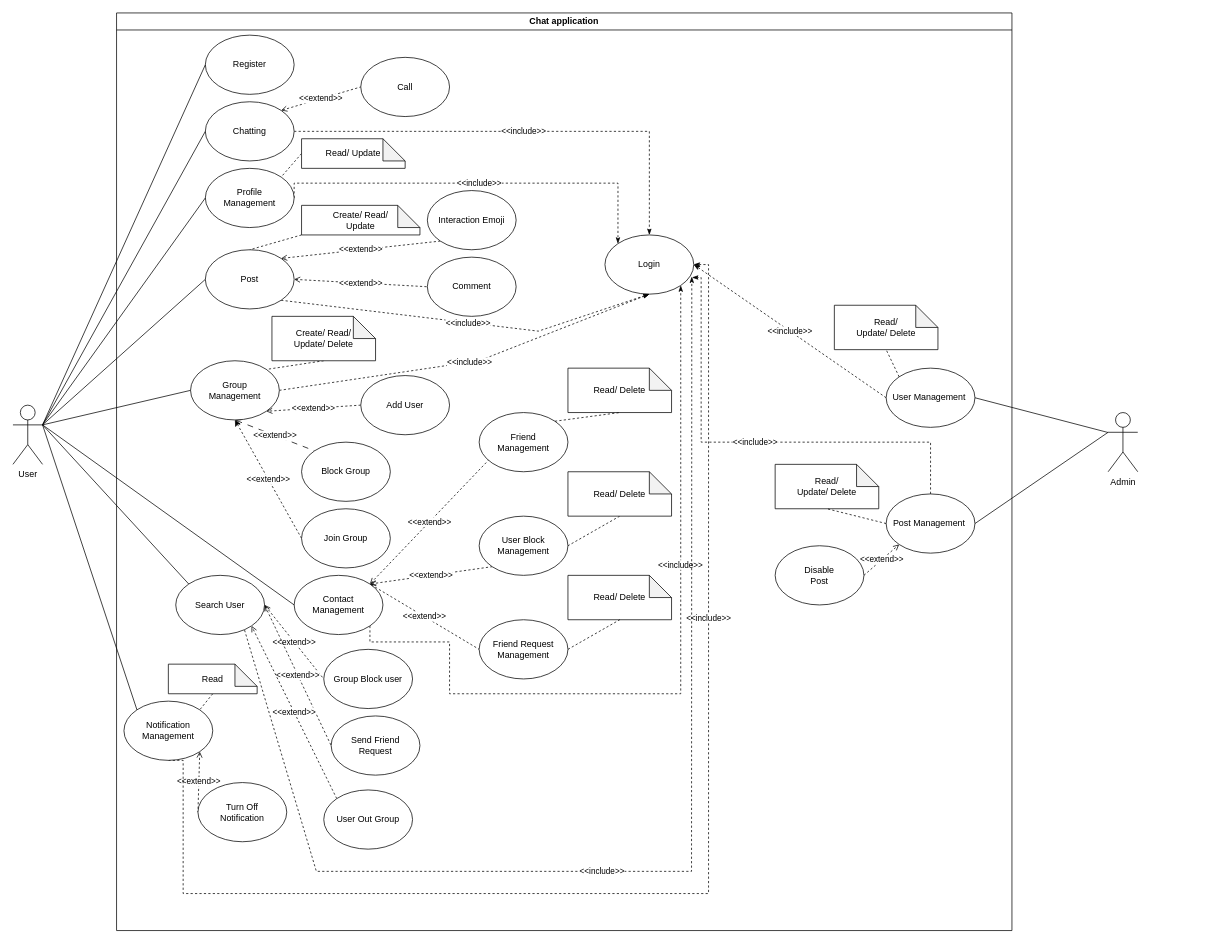
Above: docs/Use Case Diagram/UC-Chatapp.drawio in Carl-Johnsons/Chat-Application (draw.io), before the change. Source tidied: cells renumbered, new cells numbered last; positions are measured from the earlier drawing's top-left corner, leaving out a move shared by most shapes. Both pictures are drawn from the tidied source at 74%, with x=0, y=0 at pixel (13, 13).
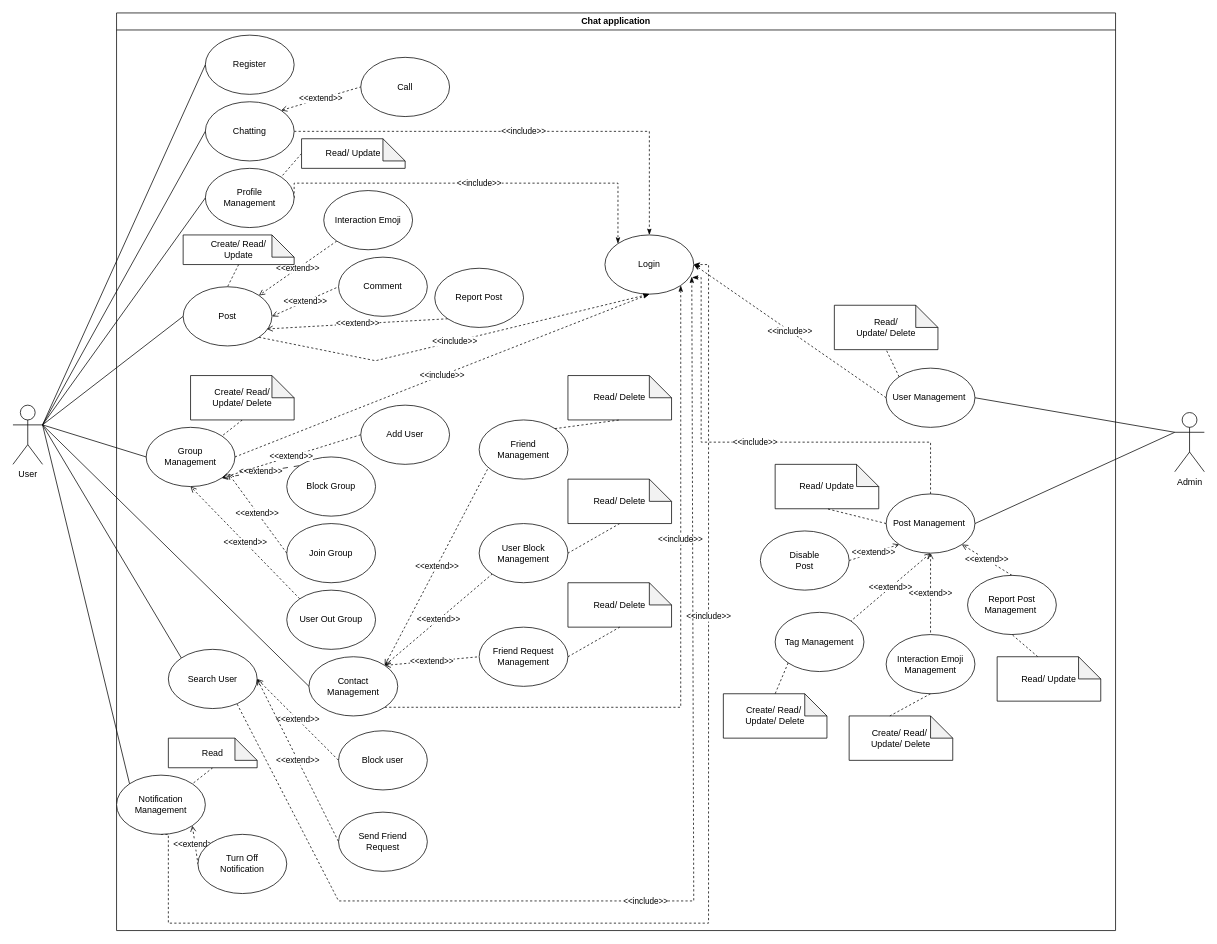
The same diagram, later.

Commit message:
edit SearchUser and Group UC

Unchanged cells that the change refers to:
```xml
<mxCell id="6" value="Login" style="ellipse;whiteSpace=wrap;html=1;" parent="2" vertex="1">
  <mxGeometry x="660" y="300" width="120" height="80" as="geometry" />
</mxCell>
<mxCell id="58" value="User Management&amp;nbsp;" style="ellipse;whiteSpace=wrap;html=1;" parent="2" vertex="1">
  <mxGeometry x="1040" y="480" width="120" height="80" as="geometry" />
</mxCell>
<mxCell id="59" value="Post Management&amp;nbsp;" style="ellipse;whiteSpace=wrap;html=1;" parent="2" vertex="1">
  <mxGeometry x="1040" y="650" width="120" height="80" as="geometry" />
</mxCell>
```

Change to the diagram source:
```diff
@@
     <mxCell id="2" value="Chat application" style="swimlane;whiteSpace=wrap;html=1;" parent="1" vertex="1">
-      <mxGeometry x="140" width="1210" height="1240" as="geometry" />
+      <mxGeometry x="140" width="1350" height="1240" as="geometry" />
     </mxCell>
@@
     <mxCell id="7" value="Send Friend&lt;div&gt;Request&lt;/div&gt;" style="ellipse;whiteSpace=wrap;html=1;" parent="2" vertex="1">
-      <mxGeometry x="290" y="950" width="120" height="80" as="geometry" />
+      <mxGeometry x="300" y="1080" width="120" height="80" as="geometry" />
     </mxCell>
@@
     <mxCell id="10" value="&amp;lt;&amp;lt;include&amp;gt;&amp;gt;" style="rounded=0;jettySize=auto;html=1;exitX=1;exitY=1;exitDx=0;exitDy=0;entryX=0.5;entryY=1;entryDx=0;entryDy=0;endArrow=classicThin;endFill=1;dashed=1;" parent="2" edge="1" source="11" target="6">
       <mxGeometry relative="1" as="geometry">
         <Array as="points">
-          <mxPoint x="570" y="430" />
+          <mxPoint x="350" y="470" />
         </Array>
       </mxGeometry>
     </mxCell>
     <mxCell id="11" value="Post" style="ellipse;whiteSpace=wrap;html=1;" parent="2" vertex="1">
-      <mxGeometry x="120" y="320" width="120" height="80" as="geometry" />
+      <mxGeometry x="90" y="370" width="120" height="80" as="geometry" />
     </mxCell>
     <mxCell id="12" value="Comment" style="ellipse;whiteSpace=wrap;html=1;" parent="2" vertex="1">
-      <mxGeometry x="420" y="330" width="120" height="80" as="geometry" />
+      <mxGeometry x="300" y="330" width="120" height="80" as="geometry" />
     </mxCell>
-    <mxCell id="13" value="Group Block user" style="ellipse;whiteSpace=wrap;html=1;" parent="2" vertex="1">
-      <mxGeometry x="280" y="860" width="120" height="80" as="geometry" />
+    <mxCell id="13" value="Block user" style="ellipse;whiteSpace=wrap;html=1;" parent="2" vertex="1">
+      <mxGeometry x="300" y="970" width="120" height="80" as="geometry" />
     </mxCell>
@@
     <mxCell id="18" value="&amp;lt;&amp;lt;include&amp;gt;&amp;gt;" style="edgeStyle=orthogonalEdgeStyle;rounded=0;jettySize=auto;html=1;exitX=1;exitY=1;exitDx=0;exitDy=0;entryX=1;entryY=1;entryDx=0;entryDy=0;dashed=1;endArrow=classicThin;endFill=1;" parent="2" edge="1" source="19" target="6">
       <mxGeometry x="0.29" relative="1" as="geometry">
         <Array as="points">
-          <mxPoint x="342" y="850" />
-          <mxPoint x="450" y="850" />
-          <mxPoint x="450" y="920" />
-          <mxPoint x="762" y="920" />
+          <mxPoint x="762" y="938" />
         </Array>
       </mxGeometry>
     </mxCell>
     <mxCell id="19" value="Contact&lt;div&gt;Management&lt;/div&gt;" style="ellipse;whiteSpace=wrap;html=1;" parent="2" vertex="1">
-      <mxGeometry x="240" y="760" width="120" height="80" as="geometry" />
+      <mxGeometry x="260" y="870" width="120" height="80" as="geometry" />
     </mxCell>
@@
     <mxCell id="21" value="Interaction Emoji" style="ellipse;whiteSpace=wrap;html=1;" parent="2" vertex="1">
-      <mxGeometry x="420" y="240" width="120" height="80" as="geometry" />
+      <mxGeometry x="280" y="240" width="120" height="80" as="geometry" />
     </mxCell>
@@
     <mxCell id="24" value="Search User" style="ellipse;whiteSpace=wrap;html=1;" parent="2" vertex="1">
-      <mxGeometry x="80" y="760" width="120" height="80" as="geometry" />
+      <mxGeometry x="70" y="860" width="120" height="80" as="geometry" />
     </mxCell>
-    <mxCell id="25" value="&amp;lt;&amp;lt;extend&amp;gt;&amp;gt;" style="rounded=0;jettySize=auto;html=1;exitX=0.5;exitY=1;exitDx=0;exitDy=0;entryX=0;entryY=0;entryDx=0;entryDy=0;dashed=1;dashPattern=8 8;endArrow=none;endFill=0;startArrow=open;startFill=0;" parent="2" edge="1" source="27" target="28">
+    <mxCell id="25" value="&amp;lt;&amp;lt;extend&amp;gt;&amp;gt;" style="rounded=0;jettySize=auto;html=1;exitX=1;exitY=1;exitDx=0;exitDy=0;entryX=0;entryY=0;entryDx=0;entryDy=0;dashed=1;dashPattern=8 8;endArrow=none;endFill=0;startArrow=open;startFill=0;" parent="2" edge="1" source="27" target="28">
       <mxGeometry relative="1" as="geometry" />
     </mxCell>
@@
     <mxCell id="27" value="Group&lt;div&gt;Management&lt;/div&gt;" style="ellipse;whiteSpace=wrap;html=1;" parent="2" vertex="1">
-      <mxGeometry x="100" y="470" width="120" height="80" as="geometry" />
+      <mxGeometry x="40" y="560" width="120" height="80" as="geometry" />
     </mxCell>
     <mxCell id="28" value="Block Group" style="ellipse;whiteSpace=wrap;html=1;" parent="2" vertex="1">
-      <mxGeometry x="250" y="580" width="120" height="80" as="geometry" />
+      <mxGeometry x="230" y="600" width="120" height="80" as="geometry" />
     </mxCell>
     <mxCell id="29" value="Friend&lt;div&gt;Management&lt;/div&gt;" style="ellipse;whiteSpace=wrap;html=1;" parent="2" vertex="1">
-      <mxGeometry x="490" y="540" width="120" height="80" as="geometry" />
+      <mxGeometry x="490" y="550" width="120" height="80" as="geometry" />
     </mxCell>
     <mxCell id="30" value="Friend Request&lt;div&gt;Management&lt;/div&gt;" style="ellipse;whiteSpace=wrap;html=1;" parent="2" vertex="1">
-      <mxGeometry x="490" y="820" width="120" height="80" as="geometry" />
+      <mxGeometry x="490" y="830" width="120" height="80" as="geometry" />
     </mxCell>
     <mxCell id="31" value="User Block&lt;div&gt;Management&lt;/div&gt;" style="ellipse;whiteSpace=wrap;html=1;" parent="2" vertex="1">
-      <mxGeometry x="490" y="680" width="120" height="80" as="geometry" />
+      <mxGeometry x="490" y="690" width="120" height="80" as="geometry" />
     </mxCell>
@@
     <mxCell id="33" value="Add User" style="ellipse;whiteSpace=wrap;html=1;" parent="2" vertex="1">
-      <mxGeometry x="330" y="490" width="120" height="80" as="geometry" />
+      <mxGeometry x="330" y="530" width="120" height="80" as="geometry" />
     </mxCell>
@@
     <mxCell id="35" value="Create/ Read/&lt;div&gt;Update/ Delete&lt;/div&gt;" style="shape=note;whiteSpace=wrap;html=1;backgroundOutline=1;darkOpacity=0.05;" parent="2" vertex="1">
-      <mxGeometry x="210" y="410" width="140" height="60" as="geometry" />
+      <mxGeometry x="100" y="490" width="140" height="60" as="geometry" />
     </mxCell>
@@
-    <mxCell id="37" value="&amp;lt;&amp;lt;extend&amp;gt;&amp;gt;" style="rounded=0;jettySize=auto;html=1;exitX=0;exitY=0.5;exitDx=0;exitDy=0;entryX=0.5;entryY=1;entryDx=0;entryDy=0;dashed=1;" parent="2" edge="1" source="38" target="27">
+    <mxCell id="37" value="&amp;lt;&amp;lt;extend&amp;gt;&amp;gt;" style="rounded=0;jettySize=auto;html=1;exitX=0;exitY=0.5;exitDx=0;exitDy=0;dashed=1;entryX=0.926;entryY=0.779;entryDx=0;entryDy=0;entryPerimeter=0;endArrow=open;endFill=0;" parent="2" edge="1" source="38" target="27">
       <mxGeometry relative="1" as="geometry" />
     </mxCell>
     <mxCell id="38" value="Join Group" style="ellipse;whiteSpace=wrap;html=1;" parent="2" vertex="1">
-      <mxGeometry x="250" y="670" width="120" height="80" as="geometry" />
+      <mxGeometry x="230" y="690" width="120" height="80" as="geometry" />
     </mxCell>
@@
     <mxCell id="40" value="&amp;lt;&amp;lt;include&amp;gt;&amp;gt;" style="edgeStyle=orthogonalEdgeStyle;rounded=0;jettySize=auto;html=1;exitX=0.5;exitY=1;exitDx=0;exitDy=0;entryX=1;entryY=0.5;entryDx=0;entryDy=0;dashed=1;endArrow=classicThin;endFill=1;" parent="2" edge="1" source="41" target="6">
       <mxGeometry x="0.44" relative="1" as="geometry">
         <Array as="points">
-          <mxPoint x="90" y="1010" />
-          <mxPoint x="90" y="1190" />
-          <mxPoint x="800" y="1190" />
+          <mxPoint x="70" y="1230" />
+          <mxPoint x="800" y="1230" />
           <mxPoint x="800" y="340" />
         </Array>
       </mxGeometry>
     </mxCell>
     <mxCell id="41" value="&lt;div&gt;Notification Management&lt;/div&gt;" style="ellipse;whiteSpace=wrap;html=1;" parent="2" vertex="1">
-      <mxGeometry x="10" y="930" width="120" height="80" as="geometry" />
+      <mxGeometry y="1030" width="120" height="80" as="geometry" />
     </mxCell>
-    <mxCell id="42" style="rounded=0;jettySize=auto;html=1;exitX=0;exitY=1;exitDx=0;exitDy=0;exitPerimeter=0;entryX=0.5;entryY=0;entryDx=0;entryDy=0;dashed=1;endArrow=none;endFill=0;" parent="2" edge="1" source="43" target="11">
+    <mxCell id="42" style="rounded=0;jettySize=auto;html=1;exitX=0.5;exitY=1;exitDx=0;exitDy=0;exitPerimeter=0;entryX=0.5;entryY=0;entryDx=0;entryDy=0;dashed=1;endArrow=none;endFill=0;" parent="2" edge="1" source="43" target="11">
       <mxGeometry relative="1" as="geometry" />
     </mxCell>
     <mxCell id="43" value="Create/ Read/&lt;div&gt;&lt;span style=&quot;background-color: initial;&quot;&gt;Update&lt;/span&gt;&lt;/div&gt;" style="shape=note;whiteSpace=wrap;html=1;backgroundOutline=1;darkOpacity=0.05;align=center;" parent="2" vertex="1">
-      <mxGeometry x="250" y="260" width="160" height="40" as="geometry" />
+      <mxGeometry x="90" y="300" width="150" height="40" as="geometry" />
     </mxCell>
@@
     <mxCell id="46" value="&lt;div&gt;Turn Off&lt;/div&gt;&lt;div&gt;Notification&lt;/div&gt;" style="ellipse;whiteSpace=wrap;html=1;" parent="2" vertex="1">
-      <mxGeometry x="110" y="1040" width="120" height="80" as="geometry" />
+      <mxGeometry x="110" y="1110" width="120" height="80" as="geometry" />
     </mxCell>
@@
     <mxCell id="49" value="Read" style="shape=note;whiteSpace=wrap;html=1;backgroundOutline=1;darkOpacity=0.05;" parent="2" vertex="1">
-      <mxGeometry x="70" y="880" width="120" height="40" as="geometry" />
+      <mxGeometry x="70" y="980" width="120" height="40" as="geometry" />
     </mxCell>
     <mxCell id="50" value="Read/&amp;nbsp;&lt;span style=&quot;background-color: initial;&quot;&gt;Delete&lt;/span&gt;" style="shape=note;whiteSpace=wrap;html=1;backgroundOutline=1;darkOpacity=0.05;" parent="2" vertex="1">
-      <mxGeometry x="610" y="480" width="140" height="60" as="geometry" />
+      <mxGeometry x="610" y="490" width="140" height="60" as="geometry" />
     </mxCell>
@@
     <mxCell id="53" value="Read/&amp;nbsp;&lt;span style=&quot;background-color: initial;&quot;&gt;Delete&lt;/span&gt;" style="shape=note;whiteSpace=wrap;html=1;backgroundOutline=1;darkOpacity=0.05;" parent="2" vertex="1">
-      <mxGeometry x="610" y="620" width="140" height="60" as="geometry" />
+      <mxGeometry x="610" y="630" width="140" height="60" as="geometry" />
     </mxCell>
     <mxCell id="54" value="Read/&amp;nbsp;&lt;span style=&quot;background-color: initial;&quot;&gt;Delete&lt;/span&gt;" style="shape=note;whiteSpace=wrap;html=1;backgroundOutline=1;darkOpacity=0.05;" parent="2" vertex="1">
-      <mxGeometry x="610" y="760" width="140" height="60" as="geometry" />
+      <mxGeometry x="610" y="770" width="140" height="60" as="geometry" />
     </mxCell>
@@
     <mxCell id="56" value="&amp;lt;&amp;lt;include&amp;gt;&amp;gt;" style="rounded=0;jettySize=auto;html=1;exitX=0.775;exitY=0.925;exitDx=0;exitDy=0;entryX=0.978;entryY=0.705;entryDx=0;entryDy=0;entryPerimeter=0;elbow=vertical;dashed=1;endArrow=classicThin;endFill=1;exitPerimeter=0;" parent="2" edge="1" source="24" target="6">
       <mxGeometry x="-0.12" relative="1" as="geometry">
         <Array as="points">
-          <mxPoint x="270" y="1160" />
-          <mxPoint x="777" y="1160" />
+          <mxPoint x="300" y="1200" />
+          <mxPoint x="540" y="1200" />
+          <mxPoint x="780" y="1200" />
         </Array>
       </mxGeometry>
     </mxCell>
@@
+    <mxCell id="81" value="&amp;lt;&amp;lt;extend&amp;gt;&amp;gt;" style="rounded=0;jettySize=auto;html=1;exitX=0.5;exitY=1;exitDx=0;exitDy=0;entryX=1;entryY=0;entryDx=0;entryDy=0;dashed=1;endArrow=none;endFill=0;startArrow=open;startFill=0;" parent="2" edge="1" source="59" target="84">
+      <mxGeometry relative="1" as="geometry" />
+    </mxCell>
@@
-    <mxCell id="60" value="Read/&lt;div&gt;Update/ Delete&lt;/div&gt;" style="shape=note;whiteSpace=wrap;html=1;backgroundOutline=1;darkOpacity=0.05;" parent="2" vertex="1">
+    <mxCell id="60" value="&lt;div&gt;Read/ Update&lt;/div&gt;" style="shape=note;whiteSpace=wrap;html=1;backgroundOutline=1;darkOpacity=0.05;" parent="2" vertex="1">
       <mxGeometry x="890" y="610" width="140" height="60" as="geometry" />
     </mxCell>
@@
     <mxCell id="63" value="Disable&lt;div&gt;Post&lt;/div&gt;" style="ellipse;whiteSpace=wrap;html=1;" parent="2" vertex="1">
-      <mxGeometry x="890" y="720" width="120" height="80" as="geometry" />
+      <mxGeometry x="870" y="700" width="120" height="80" as="geometry" />
     </mxCell>
@@
-    <mxCell id="67" value="&amp;lt;&amp;lt;extend&amp;gt;&amp;gt;" style="rounded=0;jettySize=auto;html=1;exitX=0;exitY=0;exitDx=0;exitDy=0;entryX=1;entryY=1;entryDx=0;entryDy=0;dashed=1;endArrow=open;endFill=0;" parent="2" edge="1" source="68" target="24">
+    <mxCell id="67" value="&amp;lt;&amp;lt;extend&amp;gt;&amp;gt;" style="rounded=0;jettySize=auto;html=1;exitX=0;exitY=0;exitDx=0;exitDy=0;entryX=0.5;entryY=1;entryDx=0;entryDy=0;dashed=1;endArrow=open;endFill=0;" parent="2" edge="1" source="68" target="27">
       <mxGeometry relative="1" as="geometry" />
     </mxCell>
     <mxCell id="68" value="User Out Group" style="ellipse;whiteSpace=wrap;html=1;" parent="2" vertex="1">
-      <mxGeometry x="280" y="1050" width="120" height="80" as="geometry" />
+      <mxGeometry x="230" y="780" width="120" height="80" as="geometry" />
     </mxCell>
+    <mxCell id="82" value="&amp;lt;&amp;lt;extend&amp;gt;&amp;gt;" style="rounded=0;jettySize=auto;html=1;exitX=0;exitY=1;exitDx=0;exitDy=0;entryX=0.942;entryY=0.713;entryDx=0;entryDy=0;dashed=1;endArrow=open;endFill=0;entryPerimeter=0;" parent="2" edge="1" source="83" target="11">
+      <mxGeometry relative="1" as="geometry" />
+    </mxCell>
+    <mxCell id="83" value="Report Post" style="ellipse;whiteSpace=wrap;html=1;" parent="2" vertex="1">
+      <mxGeometry x="430" y="345" width="120" height="80" as="geometry" />
+    </mxCell>
+    <mxCell id="84" value="Tag Management" style="ellipse;whiteSpace=wrap;html=1;" parent="2" vertex="1">
+      <mxGeometry x="890" y="810" width="120" height="80" as="geometry" />
+    </mxCell>
+    <mxCell id="85" value="&lt;div&gt;Create/ Read/&amp;nbsp;&lt;/div&gt;&lt;div&gt;Update/ Delete&lt;/div&gt;" style="shape=note;whiteSpace=wrap;html=1;backgroundOutline=1;darkOpacity=0.05;" parent="2" vertex="1">
+      <mxGeometry x="820" y="920" width="140" height="60" as="geometry" />
+    </mxCell>
+    <mxCell id="86" style="rounded=0;jettySize=auto;html=1;exitX=0;exitY=1;exitDx=0;exitDy=0;entryX=0.5;entryY=0;entryDx=0;entryDy=0;entryPerimeter=0;dashed=1;endArrow=none;endFill=0;" parent="2" edge="1" source="84" target="85">
+      <mxGeometry relative="1" as="geometry" />
+    </mxCell>
+    <mxCell id="87" value="Interaction Emoji&lt;div&gt;Management&lt;/div&gt;" style="ellipse;whiteSpace=wrap;html=1;" parent="2" vertex="1">
+      <mxGeometry x="1040" y="840" width="120" height="80" as="geometry" />
+    </mxCell>
+    <mxCell id="88" value="&lt;div&gt;Create/ Read/&amp;nbsp;&lt;/div&gt;&lt;div&gt;Update/ Delete&lt;/div&gt;" style="shape=note;whiteSpace=wrap;html=1;backgroundOutline=1;darkOpacity=0.05;" parent="2" vertex="1">
+      <mxGeometry x="990" y="950" width="140" height="60" as="geometry" />
+    </mxCell>
+    <mxCell id="89" style="rounded=0;jettySize=auto;html=1;exitX=0.5;exitY=1;exitDx=0;exitDy=0;entryX=0;entryY=0;entryDx=55;entryDy=0;entryPerimeter=0;endArrow=none;endFill=0;dashed=1;" parent="2" edge="1" source="87" target="88">
+      <mxGeometry relative="1" as="geometry" />
+    </mxCell>
+    <mxCell id="90" value="&amp;lt;&amp;lt;extend&amp;gt;&amp;gt;" style="rounded=0;jettySize=auto;html=1;exitX=0.5;exitY=1;exitDx=0;exitDy=0;entryX=0.5;entryY=0;entryDx=0;entryDy=0;dashed=1;endArrow=none;endFill=0;startArrow=open;startFill=0;" parent="2" edge="1" source="59" target="87">
+      <mxGeometry relative="1" as="geometry" />
+    </mxCell>
+    <mxCell id="91" value="&amp;lt;&amp;lt;extend&amp;gt;&amp;gt;" style="rounded=0;jettySize=auto;html=1;exitX=0.5;exitY=0;exitDx=0;exitDy=0;entryX=1;entryY=1;entryDx=0;entryDy=0;dashed=1;endArrow=open;endFill=0;" parent="2" edge="1" source="92" target="59">
+      <mxGeometry relative="1" as="geometry" />
+    </mxCell>
+    <mxCell id="92" value="Report Post Management&amp;nbsp;" style="ellipse;whiteSpace=wrap;html=1;" parent="2" vertex="1">
+      <mxGeometry x="1150" y="760" width="120" height="80" as="geometry" />
+    </mxCell>
+    <mxCell id="93" style="rounded=0;jettySize=auto;html=1;exitX=0;exitY=0;exitDx=55;exitDy=0;exitPerimeter=0;entryX=0.5;entryY=1;entryDx=0;entryDy=0;dashed=1;endArrow=none;endFill=0;" parent="2" edge="1" source="94" target="92">
+      <mxGeometry relative="1" as="geometry" />
+    </mxCell>
+    <mxCell id="94" value="&lt;div&gt;Read/ Update&lt;/div&gt;" style="shape=note;whiteSpace=wrap;html=1;backgroundOutline=1;darkOpacity=0.05;" parent="2" vertex="1">
+      <mxGeometry x="1190" y="870" width="140" height="60" as="geometry" />
+    </mxCell>
@@
-    <mxCell id="78" style="rounded=0;jettySize=auto;html=1;entryX=1;entryY=0.5;entryDx=0;entryDy=0;endArrow=none;endFill=0;" parent="1" edge="1" target="58">
-      <mxGeometry relative="1" as="geometry">
-        <mxPoint x="1480" y="567" as="sourcePoint" />
-      </mxGeometry>
+    <mxCell id="78" style="rounded=0;jettySize=auto;html=1;entryX=1;entryY=0.5;entryDx=0;entryDy=0;endArrow=none;endFill=0;exitX=0;exitY=0.3333333333333333;exitDx=0;exitDy=0;exitPerimeter=0;" parent="1" edge="1" source="80" target="58">
+      <mxGeometry relative="1" as="geometry" />
     </mxCell>
@@
     <mxCell id="80" value="Admin" style="shape=umlActor;verticalLabelPosition=bottom;verticalAlign=top;html=1;outlineConnect=0;" parent="1" vertex="1">
-      <mxGeometry x="1480" y="540" width="40" height="80" as="geometry" />
+      <mxGeometry x="1570" y="540" width="40" height="80" as="geometry" />
     </mxCell>
```
